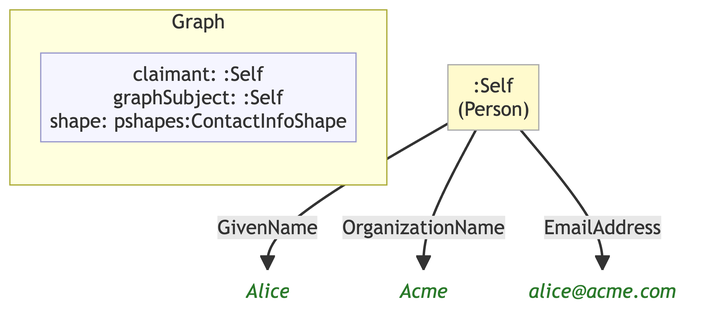
The Mermaid diagram example/graphs/images/graph-51.png in MeeFoundation/mia-ontologies, before a commit. Its source is kept beside it as example/graphs/images/graph-51.mmd.
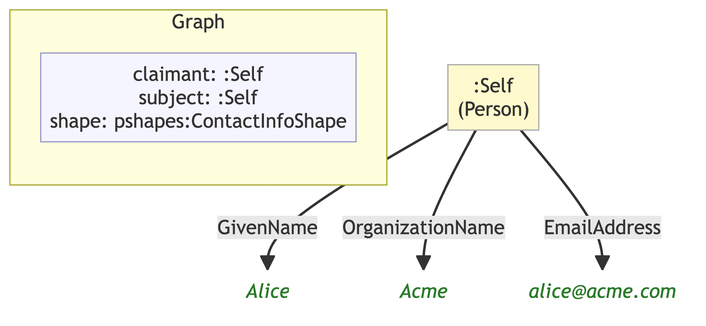
The same file after the commit.

Change to the diagram source:
```diff
@@ -7,14 +7,14 @@
 
     subgraph ctx["Graph"]
         direction LR
-        ctx_meta["claimant: :Self\ngraphSubject: :Self\nshape: pshapes:ContactInfoShape"]:::meta
+        ctx_meta["claimant: :Self\nsubject: :Self\nshape: pshapes:ContactInfoShape"]:::meta
     end
 
     n655e442e50be[":Self\n(Person)"]:::person
-    n70094110422f("Alice"):::lit
-    n0de8370b8fbd("Acme"):::lit
-    nf379b3e9f9b7("alice@acme.com"):::lit
+    n3ddec3f5051f("Alice"):::lit
+    n4e05d41a5b68("Acme"):::lit
+    n363fa23ec8b9("alice@acme.com"):::lit
 
-    n655e442e50be -->|"GivenName"| n70094110422f
-    n655e442e50be -->|"OrganizationName"| n0de8370b8fbd
-    n655e442e50be -->|"EmailAddress"| nf379b3e9f9b7
+    n655e442e50be -->|"GivenName"| n3ddec3f5051f
+    n655e442e50be -->|"OrganizationName"| n4e05d41a5b68
+    n655e442e50be -->|"EmailAddress"| n363fa23ec8b9
```
